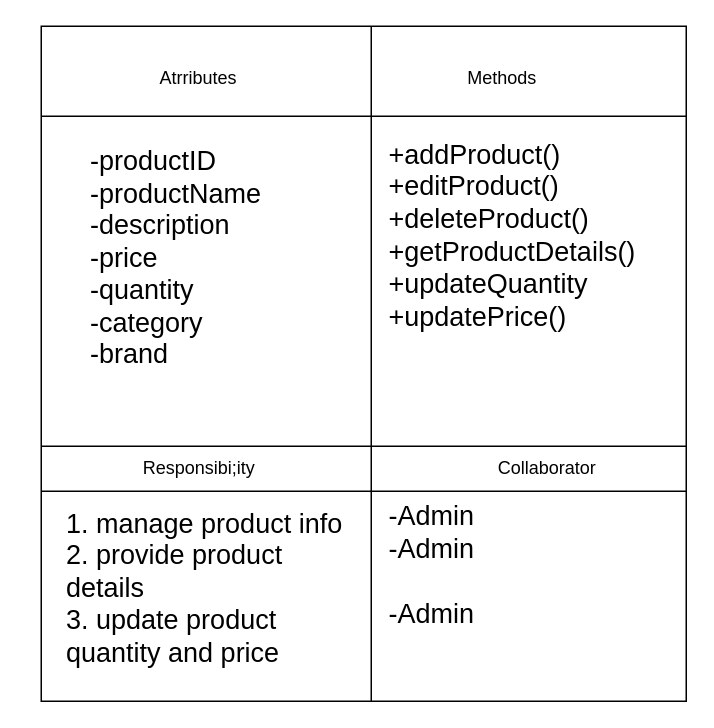
Above: Software-Requirement-Specification/Class-Based-Modeling/CRC/Class-Cards/Class Diagram/product.drawio in fiercePanda007/SPL2-EcommerceWebApp (draw.io), before the change. Source tidied: cells renumbered, new cells numbered last; positions are measured from the earlier drawing's top-left corner, leaving out a move shared by most shapes. Both pictures are drawn from the tidied source at 150%, with x=0, y=0 at pixel (26, 26).
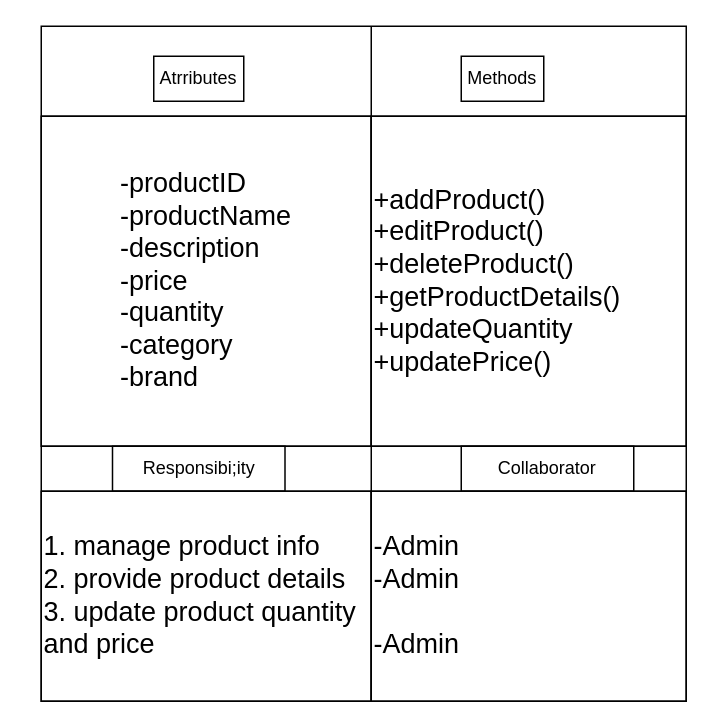
After the change.

The edit, as a diff of the source:
```diff
@@
-<mxGraphModel>
+<mxGraphModel background="#ffffff">
   <root>
     <mxCell id="0" />
     <mxCell id="1" parent="0" />
-    <mxCell id="2" style="shape=internalStorage;whiteSpace=wrap;html=1;backgroundOutline=1;dx=220;dy=60;" parent="1" vertex="1">
+    <mxCell id="2" style="shape=internalStorage;whiteSpace=wrap;html=1;backgroundOutline=1;dx=220;dy=60;fillColor=none;strokeColor=#000000;fontColor=#000000;" parent="1" vertex="1">
       <mxGeometry x="10" width="430" height="450" as="geometry" />
     </mxCell>
-    <mxCell id="3" value="Atrributes" style="text;html=1;strokeColor=none;fillColor=none;align=center;verticalAlign=middle;whiteSpace=wrap;rounded=0;" parent="1" vertex="1">
+    <mxCell id="3" value="Atrributes" style="text;html=1;strokeColor=#000000;fillColor=none;align=center;verticalAlign=middle;whiteSpace=wrap;rounded=0;fontColor=#000000;" parent="1" vertex="1">
       <mxGeometry x="85" y="20" width="60" height="30" as="geometry" />
     </mxCell>
-    <mxCell id="4" value="Methods" style="text;html=1;strokeColor=none;fillColor=none;align=center;verticalAlign=middle;whiteSpace=wrap;rounded=0;" parent="1" vertex="1">
+    <mxCell id="4" value="Methods" style="text;html=1;strokeColor=#000000;fillColor=none;align=center;verticalAlign=middle;whiteSpace=wrap;rounded=0;fontColor=#000000;" parent="1" vertex="1">
       <mxGeometry x="290" y="20" width="55" height="30" as="geometry" />
     </mxCell>
-    <mxCell id="5" style="endArrow=none;html=1;" parent="1" edge="1" target="2">
+    <mxCell id="5" style="endArrow=none;html=1;fillColor=none;strokeColor=#000000;fontColor=#000000;" parent="1" edge="1" target="2">
       <mxGeometry relative="1" as="geometry">
         <mxPoint x="10" y="280" as="sourcePoint" />
         <Array as="points">
           <mxPoint x="440" y="280" />
         </Array>
       </mxGeometry>
     </mxCell>
-    <mxCell id="6" style="endArrow=none;html=1;" parent="1" edge="1">
+    <mxCell id="6" style="endArrow=none;html=1;fillColor=none;strokeColor=#000000;fontColor=#000000;" parent="1" edge="1">
       <mxGeometry relative="1" as="geometry">
         <mxPoint x="10" y="310" as="sourcePoint" />
         <mxPoint x="440" y="310" as="targetPoint" />
         <Array as="points">
           <mxPoint x="440" y="310" />
         </Array>
       </mxGeometry>
     </mxCell>
-    <mxCell id="7" value="Responsibi;ity" style="text;html=1;strokeColor=none;fillColor=none;align=center;verticalAlign=middle;whiteSpace=wrap;rounded=0;" parent="1" vertex="1">
+    <mxCell id="7" value="Responsibi;ity" style="text;html=1;strokeColor=#000000;fillColor=none;align=center;verticalAlign=middle;whiteSpace=wrap;rounded=0;fontColor=#000000;" parent="1" vertex="1">
       <mxGeometry x="57.5" y="280" width="115" height="30" as="geometry" />
     </mxCell>
-    <mxCell id="8" value="Collaborator" style="text;html=1;strokeColor=none;fillColor=none;align=center;verticalAlign=middle;whiteSpace=wrap;rounded=0;" parent="1" vertex="1">
+    <mxCell id="8" value="Collaborator" style="text;html=1;strokeColor=#000000;fillColor=none;align=center;verticalAlign=middle;whiteSpace=wrap;rounded=0;fontColor=#000000;" parent="1" vertex="1">
       <mxGeometry x="290" y="280" width="115" height="30" as="geometry" />
     </mxCell>
-    <mxCell id="9" value="&lt;div style=&quot;text-align: left;&quot;&gt;&lt;span style=&quot;font-size: 18px; background-color: initial;&quot;&gt;-productID&lt;/span&gt;&lt;/div&gt;&lt;span style=&quot;font-size: 18px;&quot;&gt;&lt;div style=&quot;text-align: left;&quot;&gt;&lt;span style=&quot;background-color: initial;&quot;&gt;-productName&lt;/span&gt;&lt;/div&gt;&lt;div style=&quot;text-align: left;&quot;&gt;&lt;span style=&quot;background-color: initial;&quot;&gt;-description&lt;/span&gt;&lt;/div&gt;&lt;div style=&quot;text-align: left;&quot;&gt;&lt;span style=&quot;background-color: initial;&quot;&gt;-price&lt;/span&gt;&lt;/div&gt;&lt;div style=&quot;text-align: left;&quot;&gt;&lt;span style=&quot;background-color: initial;&quot;&gt;-quantity&lt;/span&gt;&lt;/div&gt;&lt;div style=&quot;text-align: left;&quot;&gt;&lt;span style=&quot;background-color: initial;&quot;&gt;-category&lt;/span&gt;&lt;/div&gt;&lt;div style=&quot;text-align: left;&quot;&gt;&lt;span style=&quot;background-color: initial;&quot;&gt;-brand&lt;/span&gt;&lt;/div&gt;&lt;/span&gt;" style="text;html=1;strokeColor=none;fillColor=none;align=center;verticalAlign=middle;whiteSpace=wrap;rounded=0;" parent="1" vertex="1">
-      <mxGeometry y="60" width="200" height="190" as="geometry" />
+    <mxCell id="9" value="&lt;div style=&quot;text-align: left;&quot;&gt;&lt;span style=&quot;font-size: 18px; background-color: initial;&quot;&gt;-productID&lt;/span&gt;&lt;/div&gt;&lt;span style=&quot;font-size: 18px;&quot;&gt;&lt;div style=&quot;text-align: left;&quot;&gt;&lt;span style=&quot;background-color: initial;&quot;&gt;-productName&lt;/span&gt;&lt;/div&gt;&lt;div style=&quot;text-align: left;&quot;&gt;&lt;span style=&quot;background-color: initial;&quot;&gt;-description&lt;/span&gt;&lt;/div&gt;&lt;div style=&quot;text-align: left;&quot;&gt;&lt;span style=&quot;background-color: initial;&quot;&gt;-price&lt;/span&gt;&lt;/div&gt;&lt;div style=&quot;text-align: left;&quot;&gt;&lt;span style=&quot;background-color: initial;&quot;&gt;-quantity&lt;/span&gt;&lt;/div&gt;&lt;div style=&quot;text-align: left;&quot;&gt;&lt;span style=&quot;background-color: initial;&quot;&gt;-category&lt;/span&gt;&lt;/div&gt;&lt;div style=&quot;text-align: left;&quot;&gt;&lt;span style=&quot;background-color: initial;&quot;&gt;-brand&lt;/span&gt;&lt;/div&gt;&lt;/span&gt;" style="text;html=1;strokeColor=#000000;fillColor=none;align=center;verticalAlign=middle;whiteSpace=wrap;rounded=0;fontColor=#000000;" parent="1" vertex="1">
+      <mxGeometry x="10" y="60" width="220" height="220" as="geometry" />
     </mxCell>
-    <mxCell id="10" value="&lt;span style=&quot;font-size: 18px;&quot;&gt;+addProduct()&lt;br&gt;+editProduct()&lt;br&gt;+deleteProduct()&lt;br&gt;+getProductDetails()&lt;br&gt;+updateQuantity&lt;br&gt;+updatePrice()&lt;br&gt;&lt;/span&gt;" style="text;html=1;strokeColor=none;fillColor=none;align=left;verticalAlign=middle;whiteSpace=wrap;rounded=0;" parent="1" vertex="1">
-      <mxGeometry x="240" y="50" width="170" height="180" as="geometry" />
+    <mxCell id="10" value="&lt;span style=&quot;font-size: 18px;&quot;&gt;+addProduct()&lt;br&gt;+editProduct()&lt;br&gt;+deleteProduct()&lt;br&gt;+getProductDetails()&lt;br&gt;+updateQuantity&lt;br&gt;+updatePrice()&lt;br&gt;&lt;/span&gt;" style="text;html=1;strokeColor=#000000;fillColor=none;align=left;verticalAlign=middle;whiteSpace=wrap;rounded=0;fontColor=#000000;" parent="1" vertex="1">
+      <mxGeometry x="230" y="60" width="210" height="220" as="geometry" />
     </mxCell>
-    <mxCell id="11" value="&lt;font style=&quot;font-size: 18px;&quot;&gt;1. manage product info&lt;br&gt;2. provide product details&lt;br&gt;3. update product quantity and price&lt;br&gt;&lt;/font&gt;" style="text;html=1;strokeColor=none;fillColor=none;align=left;verticalAlign=middle;whiteSpace=wrap;rounded=0;" parent="1" vertex="1">
-      <mxGeometry x="25" y="320" width="195" height="110" as="geometry" />
+    <mxCell id="11" value="&lt;font style=&quot;font-size: 18px;&quot;&gt;1. manage product info&lt;br&gt;2. provide product details&lt;br&gt;3. update product quantity and price&lt;br&gt;&lt;/font&gt;" style="text;html=1;strokeColor=#000000;fillColor=none;align=left;verticalAlign=middle;whiteSpace=wrap;rounded=0;fontColor=#000000;" parent="1" vertex="1">
+      <mxGeometry x="10" y="310" width="220" height="140" as="geometry" />
     </mxCell>
-    <mxCell id="12" value="&lt;font style=&quot;font-size: 18px;&quot;&gt;-Admin&lt;br&gt;-Admin&lt;br&gt;&lt;br&gt;-Admin&lt;br&gt;&lt;/font&gt;" style="text;html=1;strokeColor=none;fillColor=none;align=left;verticalAlign=middle;whiteSpace=wrap;rounded=0;" parent="1" vertex="1">
-      <mxGeometry x="240" y="300" width="190" height="120" as="geometry" />
+    <mxCell id="12" value="&lt;font style=&quot;font-size: 18px;&quot;&gt;-Admin&lt;br&gt;-Admin&lt;br&gt;&lt;br&gt;-Admin&lt;br&gt;&lt;/font&gt;" style="text;html=1;strokeColor=#000000;fillColor=none;align=left;verticalAlign=middle;whiteSpace=wrap;rounded=0;fontColor=#000000;" parent="1" vertex="1">
+      <mxGeometry x="230" y="310" width="210" height="140" as="geometry" />
     </mxCell>
   </root>
 </mxGraphModel>
```
